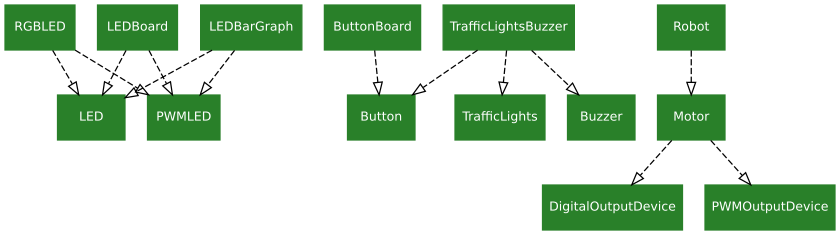
Above: docs/images/composed_devices.png in gpiozero/gpiozero (Graphviz), before the change. Its source is kept beside it as docs/images/composed_devices.dot.
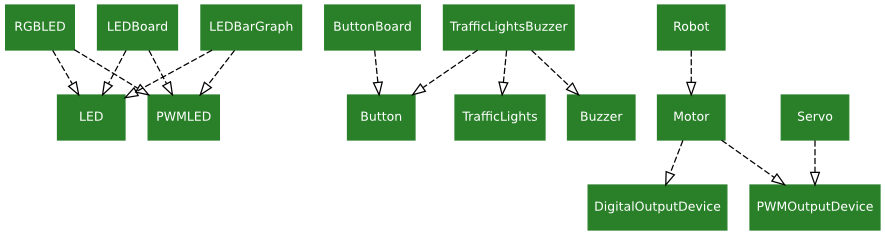
Later version of the same file.

Commit message:
Add Servo to Composed Devices image

The edit, as a diff of the source:
```diff
@@ -21,4 +21,6 @@
     Robot->Motor;
     Motor->DigitalOutputDevice;
     Motor->PWMOutputDevice;
+
+    Servo->PWMOutputDevice;
 }
```
